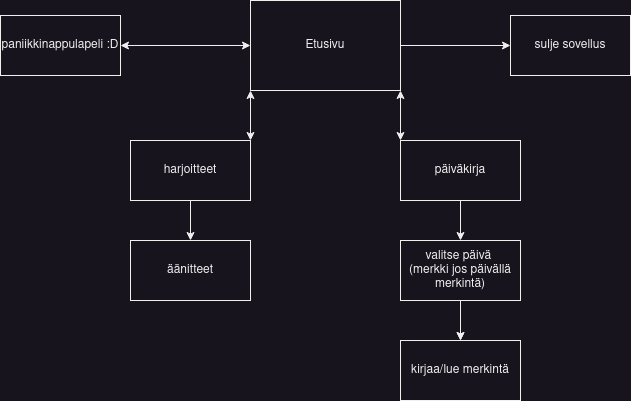
This is docs/toiminnallisuus.drawio.png from jukkav1/hh-projekti, a draw.io export, as it was before one commit. Source tidied: cells renumbered, new cells last; positions are measured from the earlier drawing's top-left corner, leaving out a move shared by most shapes.
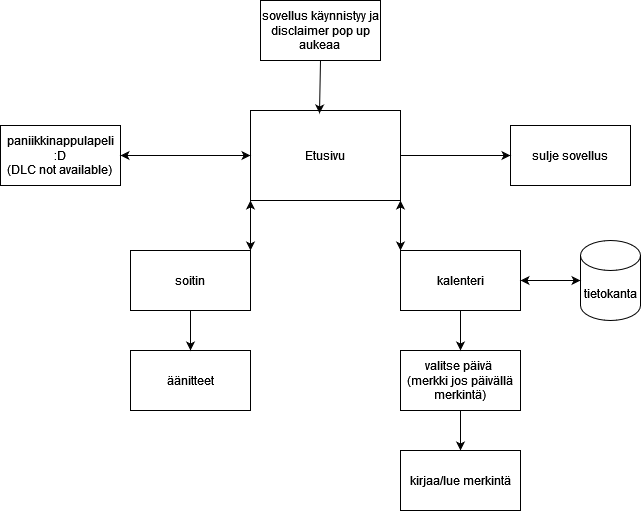
The same file after the commit.

Change to the diagram source:
```diff
@@ -5,10 +5,10 @@
     <mxCell id="2" value="Etusivu" style="rounded=0;whiteSpace=wrap;html=1;" parent="1" vertex="1">
       <mxGeometry x="250" width="150" height="90" as="geometry" />
     </mxCell>
-    <mxCell id="3" value="harjoitteet&lt;br&gt;" style="rounded=0;whiteSpace=wrap;html=1;" parent="1" vertex="1">
+    <mxCell id="3" value="soitin" style="rounded=0;whiteSpace=wrap;html=1;" parent="1" vertex="1">
       <mxGeometry x="130" y="140" width="120" height="60" as="geometry" />
     </mxCell>
-    <mxCell id="4" value="päiväkirja" style="rounded=0;whiteSpace=wrap;html=1;" parent="1" vertex="1">
+    <mxCell id="4" value="kalenteri" style="rounded=0;whiteSpace=wrap;html=1;" parent="1" vertex="1">
       <mxGeometry x="400" y="140" width="120" height="60" as="geometry" />
     </mxCell>
     <mxCell id="5" style="endArrow=classic;startArrow=classic;html=1;rounded=0;entryX=0;entryY=1;entryDx=0;entryDy=0;exitX=1;exitY=0;exitDx=0;exitDy=0;" parent="1" edge="1" source="3" target="2">
@@ -41,14 +41,23 @@
     <mxCell id="14" style="endArrow=classic;html=1;rounded=0;entryX=0.5;entryY=0;entryDx=0;entryDy=0;exitX=0.5;exitY=1;exitDx=0;exitDy=0;" parent="1" edge="1" source="4" target="12">
       <mxGeometry relative="1" as="geometry" />
     </mxCell>
-    <mxCell id="15" style="endArrow=classic;html=1;rounded=0;entryX=0.5;entryY=0;entryDx=0;entryDy=0;exitX=0.5;exitY=1;exitDx=0;exitDy=0;" parent="1" edge="1" source="12" target="13">
-      <mxGeometry relative="1" as="geometry" />
-    </mxCell>
-    <mxCell id="16" value="paniikkinappulapeli :D&lt;br&gt;" style="rounded=0;whiteSpace=wrap;html=1;" parent="1" vertex="1">
+    <mxCell id="16" value="&lt;div&gt;paniikkinappulapeli :D&lt;/div&gt;&lt;div&gt;(DLC not available)&lt;br&gt;&lt;/div&gt;" style="rounded=0;whiteSpace=wrap;html=1;" parent="1" vertex="1">
       <mxGeometry y="15" width="120" height="60" as="geometry" />
     </mxCell>
     <mxCell id="17" style="endArrow=classic;startArrow=classic;html=1;rounded=0;exitX=1;exitY=0.5;exitDx=0;exitDy=0;entryX=0;entryY=0.5;entryDx=0;entryDy=0;" parent="1" edge="1" source="16" target="2">
       <mxGeometry relative="1" as="geometry" />
     </mxCell>
+    <mxCell id="18" value="&lt;div&gt;sovellus käynnistyy ja&lt;/div&gt;&lt;div&gt;disclaimer pop up&lt;/div&gt;&lt;div&gt;aukeaa&lt;br&gt;&lt;/div&gt;" style="rounded=0;whiteSpace=wrap;html=1;" parent="1" vertex="1">
+      <mxGeometry x="260" y="-110" width="120" height="60" as="geometry" />
+    </mxCell>
+    <mxCell id="19" style="endArrow=classic;html=1;rounded=0;exitX=0.5;exitY=1;exitDx=0;exitDy=0;entryX=0.46;entryY=0.033;entryDx=0;entryDy=0;entryPerimeter=0;" parent="1" edge="1" source="18" target="2">
+      <mxGeometry relative="1" as="geometry" />
+    </mxCell>
+    <mxCell id="20" value="tietokanta" style="shape=cylinder3;whiteSpace=wrap;html=1;boundedLbl=1;backgroundOutline=1;size=15;" parent="1" vertex="1">
+      <mxGeometry x="580" y="130" width="60" height="80" as="geometry" />
+    </mxCell>
+    <mxCell id="21" style="endArrow=classic;startArrow=classic;html=1;rounded=0;entryX=0;entryY=0.5;entryDx=0;entryDy=0;entryPerimeter=0;" parent="1" edge="1" source="4" target="20">
+      <mxGeometry relative="1" as="geometry" />
+    </mxCell>
   </root>
 </mxGraphModel>
```
